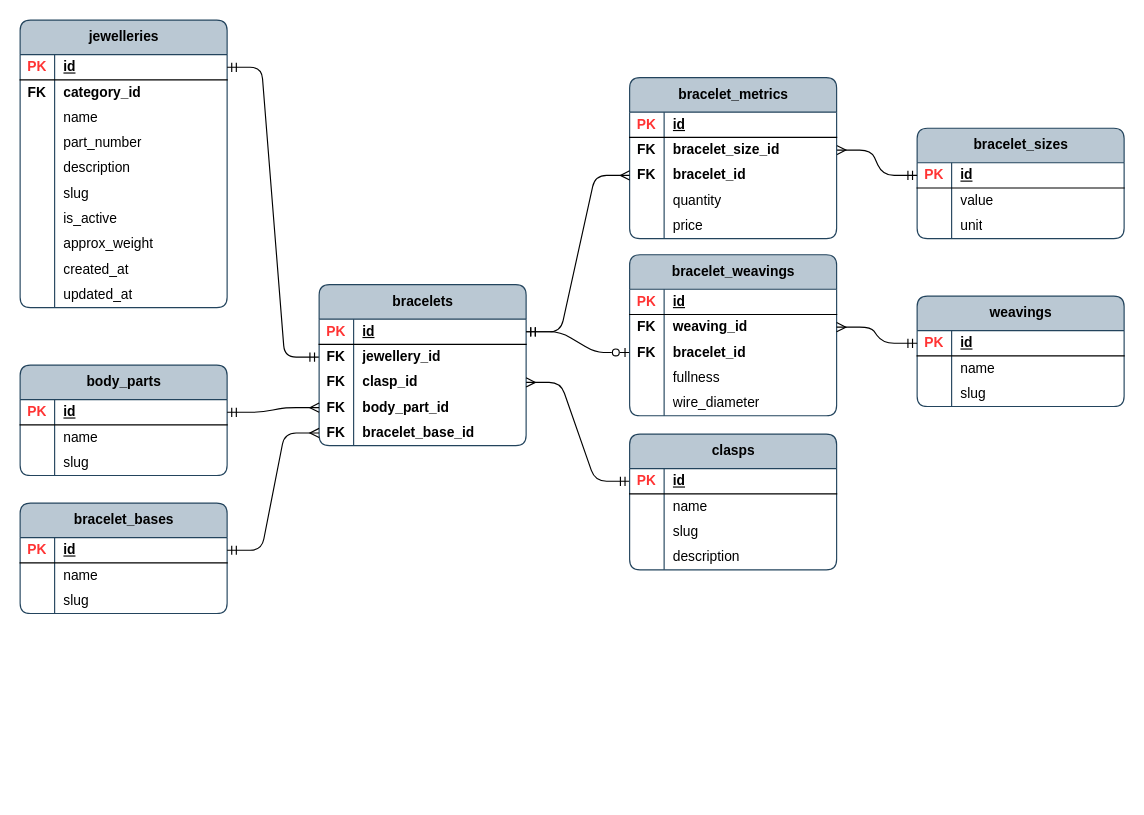
This is page "jw_bracelet_props" (9 of 15) of publisher/laravel-app/psql_jewellery_items.drawio from Local-development-environment/msg-brokers-publisher-consumer, a draw.io file, before an edit. Source tidied: cells renumbered, new cells numbered last; positions are measured from the earlier drawing's top-left corner, leaving out a move shared by most shapes. Both pictures are drawn from the tidied source at 115%, with x=0, y=0 at pixel (20, 20).
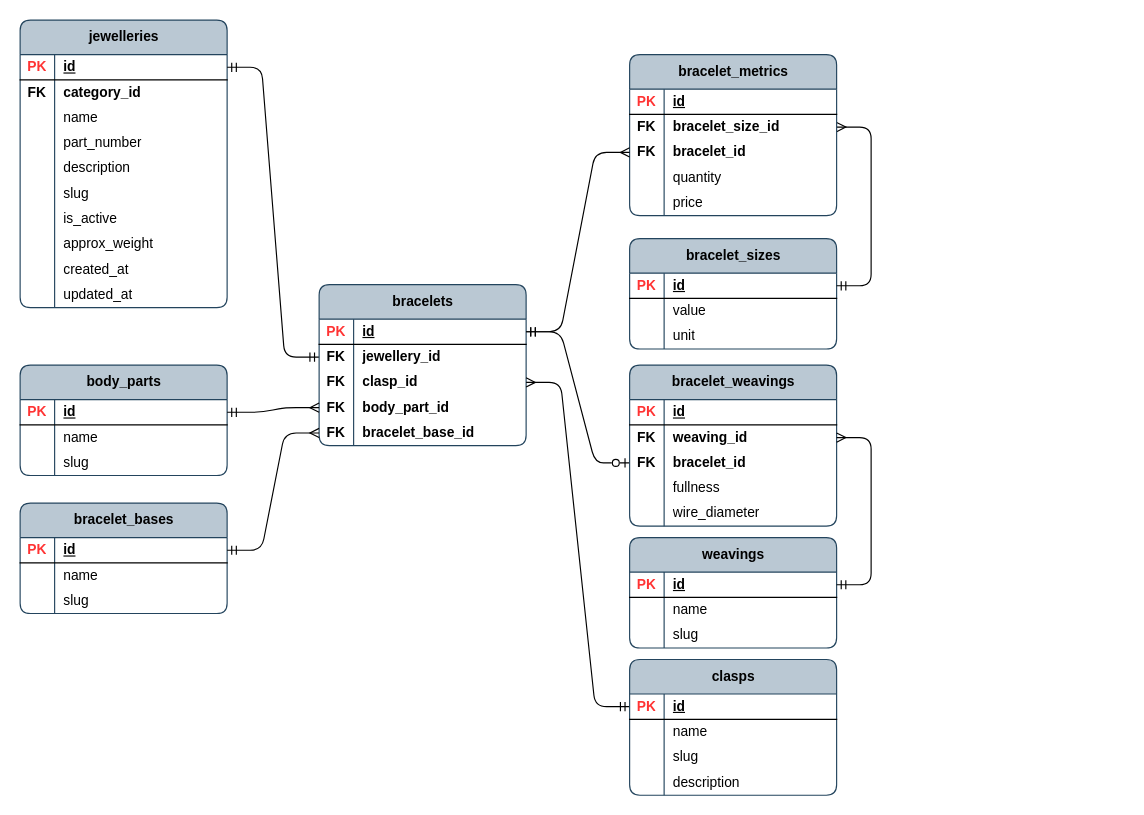
The same page after the edit.

The change refers to these unchanged cells:
```xml
<mxCell id="51" style="shape=tableRow;horizontal=0;startSize=0;swimlaneHead=0;swimlaneBody=0;fillColor=none;points=[[0,0.5],[1,0.5]];portConstraint=eastwest;top=0;left=0;right=0;bottom=1;rounded=0;" parent="50" vertex="1">
  <mxGeometry y="30" width="180" height="22" as="geometry" />
</mxCell>
<mxCell id="62" style="shape=tableRow;horizontal=0;startSize=0;swimlaneHead=0;swimlaneBody=0;fillColor=none;points=[[0,0.5],[1,0.5]];portConstraint=eastwest;top=0;left=0;right=0;bottom=1;rounded=0;" parent="61" vertex="1">
  <mxGeometry y="30" width="180" height="22" as="geometry" />
</mxCell>
<mxCell id="76" style="shape=tableRow;horizontal=0;startSize=0;swimlaneHead=0;swimlaneBody=0;fillColor=none;points=[[0,0.5],[1,0.5]];portConstraint=eastwest;top=0;left=0;right=0;bottom=0;rounded=0;" parent="72" vertex="1">
  <mxGeometry y="52" width="180" height="22" as="geometry" />
</mxCell>
<mxCell id="93" style="shape=tableRow;horizontal=0;startSize=0;swimlaneHead=0;swimlaneBody=0;fillColor=none;points=[[0,0.5],[1,0.5]];portConstraint=eastwest;top=0;left=0;right=0;bottom=0;rounded=0;" parent="89" vertex="1">
  <mxGeometry y="52" width="180" height="22" as="geometry" />
</mxCell>
```

What changed in the source:
```diff
@@
     <mxCell id="50" value="weavings" style="shape=table;startSize=30;childLayout=tableLayout;rowLines=0;fontStyle=1;align=center;html=1;rounded=1;swimlaneFillColor=none;fillColor=#bac8d3;strokeColor=#23445d;columnLines=1;arcSize=10;" parent="1" vertex="1">
-      <mxGeometry x="780" y="240" width="180" height="96" as="geometry" />
+      <mxGeometry x="530" y="450" width="180" height="96" as="geometry" />
     </mxCell>
@@
     <mxCell id="61" value="bracelet_sizes" style="shape=table;startSize=30;childLayout=tableLayout;rowLines=0;fontStyle=1;align=center;html=1;rounded=1;swimlaneFillColor=none;fillColor=#bac8d3;strokeColor=#23445d;columnLines=1;arcSize=10;" parent="1" vertex="1">
-      <mxGeometry x="780" y="94" width="180" height="96" as="geometry" />
+      <mxGeometry x="530" y="190" width="180" height="96" as="geometry" />
     </mxCell>
@@
-    <mxCell id="71" style="edgeStyle=entityRelationEdgeStyle;fontSize=12;html=1;endArrow=ERmany;rounded=1;curved=0;startArrow=ERmandOne;startFill=0;exitX=0;exitY=0.5;exitDx=0;exitDy=0;entryX=1;entryY=0.5;entryDx=0;entryDy=0;" parent="1" edge="1" source="62" target="76">
+    <mxCell id="71" style="edgeStyle=entityRelationEdgeStyle;fontSize=12;html=1;endArrow=ERmany;rounded=1;curved=0;startArrow=ERmandOne;startFill=0;exitX=1;exitY=0.5;exitDx=0;exitDy=0;entryX=1;entryY=0.5;entryDx=0;entryDy=0;" parent="1" edge="1" source="62" target="76">
       <mxGeometry relative="1" as="geometry" />
     </mxCell>
     <mxCell id="72" value="bracelet_metrics" style="shape=table;startSize=30;childLayout=tableLayout;rowLines=0;fontStyle=1;align=center;html=1;rounded=1;swimlaneFillColor=none;fillColor=#bac8d3;strokeColor=#23445d;columnLines=1;arcSize=10;" parent="1" vertex="1">
-      <mxGeometry x="530" y="50" width="180" height="140" as="geometry" />
+      <mxGeometry x="530" y="30" width="180" height="140" as="geometry" />
     </mxCell>
@@
     <mxCell id="89" value="bracelet_weavings" style="shape=table;startSize=30;childLayout=tableLayout;rowLines=0;fontStyle=1;align=center;html=1;rounded=1;swimlaneFillColor=none;fillColor=#bac8d3;strokeColor=#23445d;columnLines=1;arcSize=10;" parent="1" vertex="1">
-      <mxGeometry x="530" y="204" width="180" height="140" as="geometry" />
+      <mxGeometry x="530" y="300" width="180" height="140" as="geometry" />
     </mxCell>
@@
-    <mxCell id="105" style="edgeStyle=entityRelationEdgeStyle;fontSize=12;html=1;endArrow=ERmany;rounded=1;curved=0;exitX=0;exitY=0.5;exitDx=0;exitDy=0;entryX=1;entryY=0.5;entryDx=0;entryDy=0;startArrow=ERmandOne;startFill=0;" parent="1" edge="1" source="51" target="93">
+    <mxCell id="105" style="edgeStyle=entityRelationEdgeStyle;fontSize=12;html=1;endArrow=ERmany;rounded=1;curved=0;exitX=1;exitY=0.5;exitDx=0;exitDy=0;entryX=1;entryY=0.5;entryDx=0;entryDy=0;startArrow=ERmandOne;startFill=0;" parent="1" edge="1" source="51" target="93">
       <mxGeometry relative="1" as="geometry" />
     </mxCell>
@@
     <mxCell id="107" value="clasps" style="shape=table;startSize=30;childLayout=tableLayout;rowLines=0;fontStyle=1;align=center;html=1;rounded=1;swimlaneFillColor=none;fillColor=#bac8d3;strokeColor=#23445d;columnLines=1;arcSize=10;" parent="1" vertex="1">
-      <mxGeometry x="530" y="360" width="180" height="118" as="geometry" />
+      <mxGeometry x="530" y="556" width="180" height="118" as="geometry" />
     </mxCell>
```
